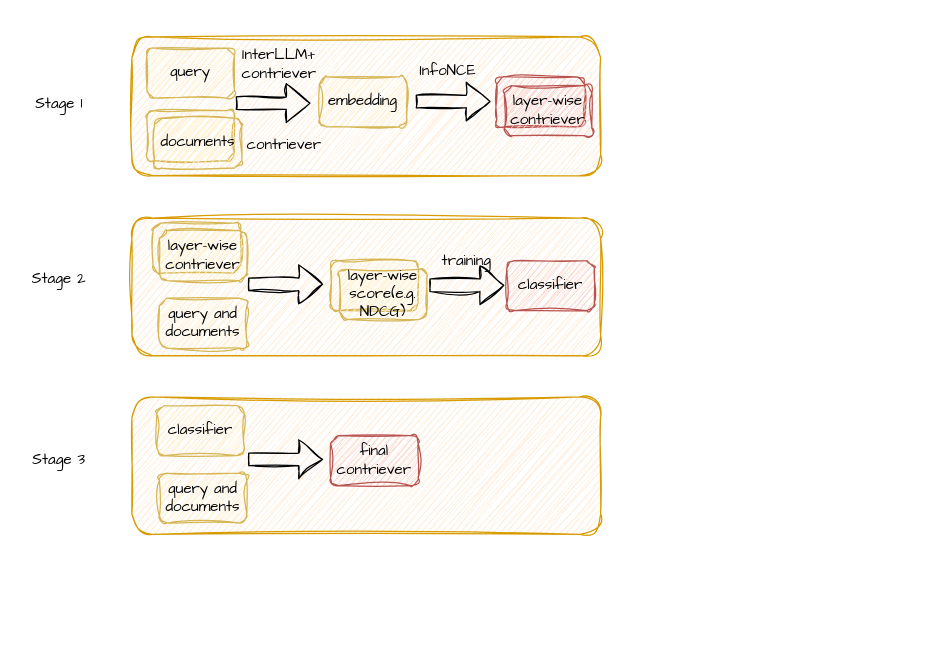
The draw.io diagram drawioFile/new-L-RAG.drawio in Olive-2019/drawio-source, before the edit. Source tidied: cells renumbered, new cells numbered last; positions are measured from the earlier drawing's top-left corner, leaving out a move shared by most shapes. Both pictures are drawn from the tidied source at 125%, with x=0, y=0 at pixel (21, 36).
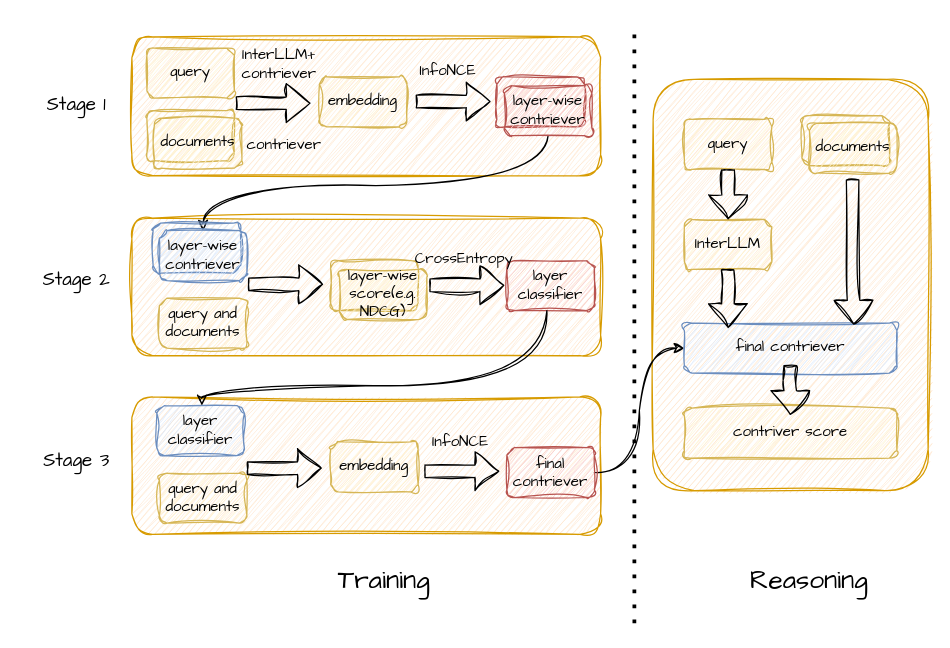
The same diagram, later.

Unchanged cells that the change refers to:
```xml
<mxCell id="11" value="&lt;div&gt;layer-wise&lt;/div&gt;contriever" style="rounded=1;whiteSpace=wrap;html=1;fillColor=#f8cecc;strokeColor=#b85450;sketch=1;curveFitting=1;jiggle=2;fontFamily=Comic Sans MS;" parent="1" vertex="1">
  <mxGeometry x="386" y="39" width="70" height="40" as="geometry" />
</mxCell>
```

The edit, as a diff of the source:
```diff
@@
+    <mxCell id="32" style="rounded=1;whiteSpace=wrap;html=1;fillColor=#ffe6cc;strokeColor=#d79b00;sketch=1;curveFitting=1;jiggle=2;fontFamily=Comic Sans MS;" parent="1" vertex="1">
+      <mxGeometry x="505" y="34" width="220" height="329" as="geometry" />
+    </mxCell>
@@
+    <mxCell id="33" style="edgeStyle=orthogonalEdgeStyle;rounded=0;jettySize=auto;html=1;entryX=0.5;entryY=0;entryDx=0;entryDy=0;curved=1;sketch=1;curveFitting=1;jiggle=2;" parent="1" edge="1" source="11" target="14">
+      <mxGeometry relative="1" as="geometry">
+        <Array as="points">
+          <mxPoint x="421" y="119" />
+          <mxPoint x="145" y="119" />
+        </Array>
+      </mxGeometry>
+    </mxCell>
@@
-    <mxCell id="13" style="rounded=1;whiteSpace=wrap;html=1;fillColor=#fff2cc;strokeColor=#d6b656;sketch=1;curveFitting=1;jiggle=2;fontFamily=Comic Sans MS;" parent="1" vertex="1">
+    <mxCell id="13" style="rounded=1;whiteSpace=wrap;html=1;fillColor=#dae8fc;strokeColor=#6c8ebf;sketch=1;curveFitting=1;jiggle=2;fontFamily=Comic Sans MS;" parent="1" vertex="1">
       <mxGeometry x="105" y="149" width="70" height="40" as="geometry" />
     </mxCell>
-    <mxCell id="14" value="&lt;div&gt;layer-wise&lt;/div&gt;contriever" style="rounded=1;whiteSpace=wrap;html=1;fillColor=#fff2cc;strokeColor=#d6b656;sketch=1;curveFitting=1;jiggle=2;fontFamily=Comic Sans MS;" parent="1" vertex="1">
+    <mxCell id="14" value="&lt;div&gt;layer-wise&lt;/div&gt;contriever" style="rounded=1;whiteSpace=wrap;html=1;fillColor=#dae8fc;strokeColor=#6c8ebf;sketch=1;curveFitting=1;jiggle=2;fontFamily=Comic Sans MS;" parent="1" vertex="1">
       <mxGeometry x="110" y="155" width="70" height="40" as="geometry" />
     </mxCell>
@@
-    <mxCell id="17" value="classifier" style="rounded=1;whiteSpace=wrap;html=1;fillColor=#f8cecc;strokeColor=#b85450;sketch=1;curveFitting=1;jiggle=2;fontFamily=Comic Sans MS;" parent="1" vertex="1">
+    <mxCell id="17" value="layer&lt;div&gt;classifier&lt;/div&gt;" style="rounded=1;whiteSpace=wrap;html=1;fillColor=#f8cecc;strokeColor=#b85450;sketch=1;curveFitting=1;jiggle=2;fontFamily=Comic Sans MS;" parent="1" vertex="1">
       <mxGeometry x="388" y="179" width="70" height="40" as="geometry" />
     </mxCell>
@@
-    <mxCell id="23" value="training" style="text;html=1;align=center;verticalAlign=middle;whiteSpace=wrap;rounded=0;sketch=1;curveFitting=1;jiggle=2;fontFamily=Comic Sans MS;" parent="1" vertex="1">
-      <mxGeometry x="326" y="165" width="60" height="30" as="geometry" />
+    <mxCell id="23" value="CrossEntropy" style="text;html=1;align=center;verticalAlign=middle;whiteSpace=wrap;rounded=0;sketch=1;curveFitting=1;jiggle=2;fontFamily=Comic Sans MS;" parent="1" vertex="1">
+      <mxGeometry x="324" y="163" width="60" height="30" as="geometry" />
     </mxCell>
@@
-    <mxCell id="26" value="classifier" style="rounded=1;whiteSpace=wrap;html=1;fillColor=#fff2cc;strokeColor=#d6b656;sketch=1;curveFitting=1;jiggle=2;fontFamily=Comic Sans MS;" parent="1" vertex="1">
+    <mxCell id="26" value="layer&lt;div&gt;classifier&lt;/div&gt;" style="rounded=1;whiteSpace=wrap;html=1;fillColor=#dae8fc;strokeColor=#6c8ebf;sketch=1;curveFitting=1;jiggle=2;fontFamily=Comic Sans MS;" parent="1" vertex="1">
       <mxGeometry x="108" y="295" width="70" height="40" as="geometry" />
     </mxCell>
+    <mxCell id="34" style="edgeStyle=orthogonalEdgeStyle;rounded=0;jettySize=auto;html=1;entryX=0;entryY=0.5;entryDx=0;entryDy=0;curved=1;sketch=1;curveFitting=1;jiggle=2;" parent="1" edge="1" source="27" target="40">
+      <mxGeometry relative="1" as="geometry" />
+    </mxCell>
     <mxCell id="27" value="final contriever" style="rounded=1;whiteSpace=wrap;html=1;fillColor=#f8cecc;strokeColor=#b85450;sketch=1;curveFitting=1;jiggle=2;fontFamily=Comic Sans MS;" parent="1" vertex="1">
-      <mxGeometry x="247" y="319" width="70" height="40" as="geometry" />
+      <mxGeometry x="388" y="328.5" width="70" height="40" as="geometry" />
     </mxCell>
     <mxCell id="28" style="shape=flexArrow;endArrow=classic;html=1;rounded=0;exitX=1;exitY=0;exitDx=0;exitDy=0;sketch=1;curveFitting=1;jiggle=2;fontFamily=Comic Sans MS;" parent="1" edge="1">
       <mxGeometry relative="1" as="geometry">
-        <mxPoint x="181" y="338" as="sourcePoint" />
-        <mxPoint x="241" y="338" as="targetPoint" />
+        <mxPoint x="322" y="347.5" as="sourcePoint" />
+        <mxPoint x="382" y="347.5" as="targetPoint" />
       </mxGeometry>
     </mxCell>
-    <mxCell id="29" value="Stage 1" style="text;html=1;align=center;verticalAlign=middle;whiteSpace=wrap;rounded=0;sketch=1;curveFitting=1;jiggle=2;fontFamily=Comic Sans MS;" parent="1" vertex="1">
-      <mxGeometry y="39" width="60" height="30" as="geometry" />
+    <mxCell id="29" value="Stage 1" style="text;html=1;align=center;verticalAlign=middle;whiteSpace=wrap;rounded=0;sketch=1;curveFitting=1;jiggle=2;fontFamily=Comic Sans MS;fontSize=15;" parent="1" vertex="1">
+      <mxGeometry x="14" y="39" width="60" height="30" as="geometry" />
     </mxCell>
-    <mxCell id="30" value="Stage 2" style="text;html=1;align=center;verticalAlign=middle;whiteSpace=wrap;rounded=0;sketch=1;curveFitting=1;jiggle=2;fontFamily=Comic Sans MS;" parent="1" vertex="1">
-      <mxGeometry y="179" width="60" height="30" as="geometry" />
+    <mxCell id="30" value="Stage 2" style="text;html=1;align=center;verticalAlign=middle;whiteSpace=wrap;rounded=0;sketch=1;curveFitting=1;jiggle=2;fontFamily=Comic Sans MS;fontSize=15;" parent="1" vertex="1">
+      <mxGeometry x="14" y="179" width="60" height="30" as="geometry" />
     </mxCell>
-    <mxCell id="31" value="Stage 3" style="text;html=1;align=center;verticalAlign=middle;whiteSpace=wrap;rounded=0;sketch=1;curveFitting=1;jiggle=2;fontFamily=Comic Sans MS;" parent="1" vertex="1">
-      <mxGeometry y="324" width="60" height="30" as="geometry" />
+    <mxCell id="31" value="Stage 3" style="text;html=1;align=center;verticalAlign=middle;whiteSpace=wrap;rounded=0;sketch=1;curveFitting=1;jiggle=2;fontFamily=Comic Sans MS;fontSize=15;" parent="1" vertex="1">
+      <mxGeometry x="14" y="324" width="60" height="30" as="geometry" />
     </mxCell>
+    <mxCell id="35" value="InfoNCE" style="text;html=1;align=center;verticalAlign=middle;whiteSpace=wrap;rounded=0;sketch=1;curveFitting=1;jiggle=2;fontFamily=Comic Sans MS;" parent="1" vertex="1">
+      <mxGeometry x="321" y="309.5" width="60" height="30" as="geometry" />
+    </mxCell>
+    <mxCell id="36" style="endArrow=none;dashed=1;html=1;dashPattern=1 3;strokeWidth=3;rounded=0;" parent="1" edge="1">
+      <mxGeometry relative="1" as="geometry">
+        <mxPoint x="490" y="469" as="sourcePoint" />
+        <mxPoint x="490" y="-11" as="targetPoint" />
+      </mxGeometry>
+    </mxCell>
+    <mxCell id="37" value="query" style="rounded=1;whiteSpace=wrap;html=1;fillColor=#fff2cc;strokeColor=#d6b656;sketch=1;curveFitting=1;jiggle=2;fontFamily=Comic Sans MS;" parent="1" vertex="1">
+      <mxGeometry x="530" y="66" width="70" height="40" as="geometry" />
+    </mxCell>
+    <mxCell id="38" style="rounded=1;whiteSpace=wrap;html=1;fillColor=#fff2cc;strokeColor=#d6b656;sketch=1;curveFitting=1;jiggle=2;fontFamily=Comic Sans MS;" parent="1" vertex="1">
+      <mxGeometry x="624" y="63" width="70" height="40" as="geometry" />
+    </mxCell>
+    <mxCell id="39" value="documents" style="rounded=1;whiteSpace=wrap;html=1;fillColor=#fff2cc;strokeColor=#d6b656;sketch=1;curveFitting=1;jiggle=2;fontFamily=Comic Sans MS;" parent="1" vertex="1">
+      <mxGeometry x="630" y="69" width="70" height="40" as="geometry" />
+    </mxCell>
+    <mxCell id="40" value="final contriever" style="rounded=1;whiteSpace=wrap;html=1;fillColor=#dae8fc;strokeColor=#6c8ebf;sketch=1;curveFitting=1;jiggle=2;fontFamily=Comic Sans MS;" parent="1" vertex="1">
+      <mxGeometry x="530" y="229" width="170" height="40" as="geometry" />
+    </mxCell>
+    <mxCell id="41" value="InterLLM" style="rounded=1;whiteSpace=wrap;html=1;fillColor=#fff2cc;strokeColor=#d6b656;sketch=1;curveFitting=1;jiggle=2;fontFamily=Comic Sans MS;" parent="1" vertex="1">
+      <mxGeometry x="530" y="146" width="70" height="40" as="geometry" />
+    </mxCell>
+    <mxCell id="42" style="shape=flexArrow;endArrow=classic;html=1;rounded=0;exitX=0.5;exitY=1;exitDx=0;exitDy=0;entryX=0.5;entryY=0;entryDx=0;entryDy=0;sketch=1;curveFitting=1;jiggle=2;" parent="1" edge="1" source="37" target="41">
+      <mxGeometry relative="1" as="geometry" />
+    </mxCell>
+    <mxCell id="43" style="shape=flexArrow;endArrow=classic;html=1;rounded=0;exitX=0.5;exitY=1;exitDx=0;exitDy=0;entryX=0.797;entryY=0.031;entryDx=0;entryDy=0;entryPerimeter=0;sketch=1;curveFitting=1;jiggle=2;" parent="1" edge="1" target="40">
+      <mxGeometry relative="1" as="geometry">
+        <mxPoint x="664.6" y="114" as="sourcePoint" />
+      </mxGeometry>
+    </mxCell>
+    <mxCell id="44" style="shape=flexArrow;endArrow=classic;html=1;rounded=0;exitX=0.5;exitY=1;exitDx=0;exitDy=0;sketch=1;curveFitting=1;jiggle=2;" parent="1" edge="1">
+      <mxGeometry relative="1" as="geometry">
+        <mxPoint x="564.6" y="186" as="sourcePoint" />
+        <mxPoint x="565" y="233" as="targetPoint" />
+      </mxGeometry>
+    </mxCell>
+    <mxCell id="45" value="Training" style="text;html=1;align=center;verticalAlign=middle;whiteSpace=wrap;rounded=0;fontSize=21;fontFamily=Comic Sans MS;" parent="1" vertex="1">
+      <mxGeometry x="200" y="409" width="180" height="50" as="geometry" />
+    </mxCell>
+    <mxCell id="46" value="Reasoning" style="text;html=1;align=center;verticalAlign=middle;whiteSpace=wrap;rounded=0;fontSize=21;fontFamily=Comic Sans MS;" parent="1" vertex="1">
+      <mxGeometry x="600" y="419" width="60" height="30" as="geometry" />
+    </mxCell>
+    <mxCell id="47" style="shape=flexArrow;endArrow=classic;html=1;rounded=0;exitX=1;exitY=0;exitDx=0;exitDy=0;sketch=1;curveFitting=1;jiggle=2;fontFamily=Comic Sans MS;" parent="1" edge="1">
+      <mxGeometry relative="1" as="geometry">
+        <mxPoint x="180" y="345" as="sourcePoint" />
+        <mxPoint x="240" y="345" as="targetPoint" />
+      </mxGeometry>
+    </mxCell>
+    <mxCell id="48" value="embedding" style="rounded=1;whiteSpace=wrap;html=1;fillColor=#fff2cc;strokeColor=#d6b656;sketch=1;curveFitting=1;jiggle=2;fontFamily=Comic Sans MS;" parent="1" vertex="1">
+      <mxGeometry x="247" y="324" width="70" height="40" as="geometry" />
+    </mxCell>
+    <mxCell id="49" style="edgeStyle=orthogonalEdgeStyle;rounded=0;orthogonalLoop=1;jettySize=auto;html=1;entryX=0.5;entryY=0;entryDx=0;entryDy=0;curved=1;sketch=1;curveFitting=1;jiggle=2;" parent="1" edge="1">
+      <mxGeometry relative="1" as="geometry">
+        <mxPoint x="420" y="219" as="sourcePoint" />
+        <mxPoint x="144" y="295" as="targetPoint" />
+        <Array as="points">
+          <mxPoint x="420" y="279" />
+          <mxPoint x="144" y="279" />
+        </Array>
+      </mxGeometry>
+    </mxCell>
+    <mxCell id="50" value="contriver score" style="rounded=1;whiteSpace=wrap;html=1;fillColor=#fff2cc;strokeColor=#d6b656;sketch=1;curveFitting=1;jiggle=2;fontFamily=Comic Sans MS;" parent="1" vertex="1">
+      <mxGeometry x="530" y="297" width="170" height="40" as="geometry" />
+    </mxCell>
+    <mxCell id="51" style="shape=flexArrow;endArrow=classic;html=1;rounded=0;exitX=0.5;exitY=1;exitDx=0;exitDy=0;entryX=0.5;entryY=0;entryDx=0;entryDy=0;sketch=1;curveFitting=1;jiggle=2;" parent="1" edge="1">
+      <mxGeometry relative="1" as="geometry">
+        <mxPoint x="614.7" y="262.5" as="sourcePoint" />
+        <mxPoint x="614.7" y="302.5" as="targetPoint" />
+      </mxGeometry>
+    </mxCell>
```
